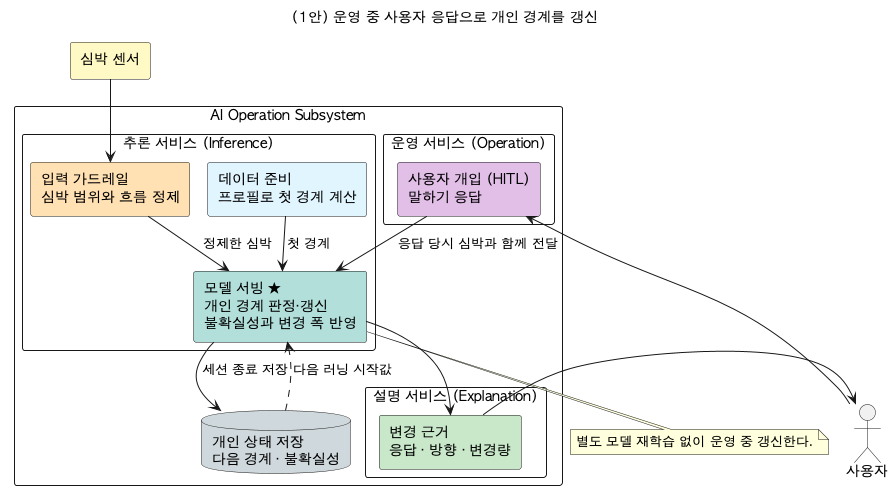
The PlantUML diagram arch/dp/dp-03-adaptability/images/dp-03-adaptability-adopted-simple.png in tenyearslove/zone2runner, before a commit.
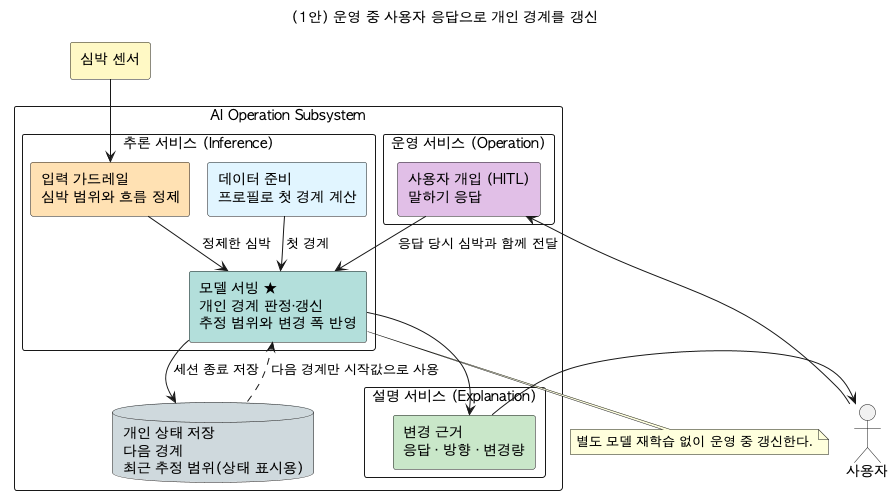
Later version of the same file.

Diff of the diagram source:
```diff
@@ -18,7 +18,7 @@
   package "추론 서비스 (Inference)" {
     component "데이터 준비\n프로필로 첫 경계 계산" as DATA #E1F5FE
     component "입력 가드레일\n심박 범위와 흐름 정제" as INPUT #FFE0B2
-    component "모델 서빙 ★\n개인 경계 판정·갱신\n불확실성과 변경 폭 반영" as MODEL #B2DFDB
+    component "모델 서빙 ★\n개인 경계 판정·갱신\n추정 범위와 변경 폭 반영" as MODEL #B2DFDB
     DATA --> MODEL : 첫 경계
     INPUT --> MODEL : 정제한 심박
   }
@@ -31,14 +31,14 @@
     component "변경 근거\n응답 · 방향 · 변경량" as EXPLAIN #C8E6C9
   }
 
-  database "개인 상태 저장\n다음 경계 · 불확실성" as STORE #CFD8DC
+  database "개인 상태 저장\n다음 경계\n최근 추정 범위(상태 표시용)" as STORE #CFD8DC
 }
 
 SENSOR --> INPUT
 USER -left-> HITL
 HITL --> MODEL : 응답 당시 심박과 함께 전달
 MODEL --> STORE : 세션 종료 저장
-STORE ..> MODEL : 다음 러닝 시작값
+STORE ..> MODEL : 다음 경계만 시작값으로 사용
 MODEL --> EXPLAIN
 EXPLAIN -right-> USER
 
```
